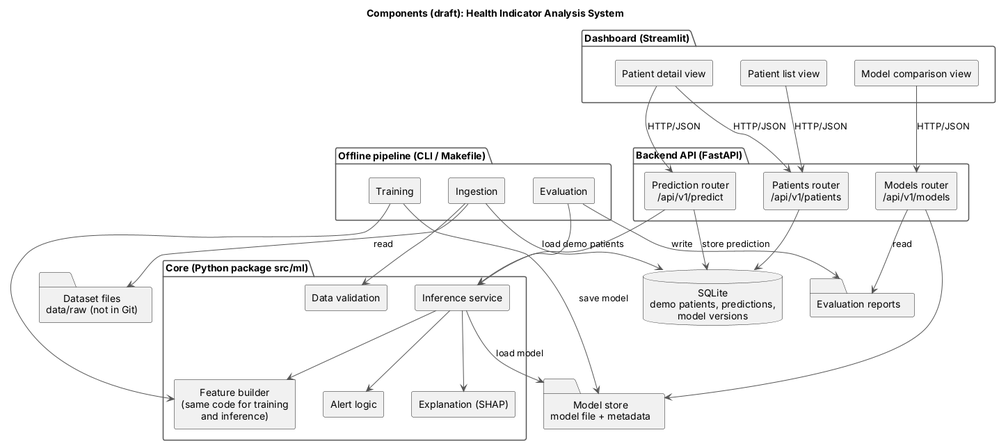
MarioAman07/health-indicator-analysis-system keeps this PlantUML diagram as diagrams/export/component.png. Above is the earlier version.
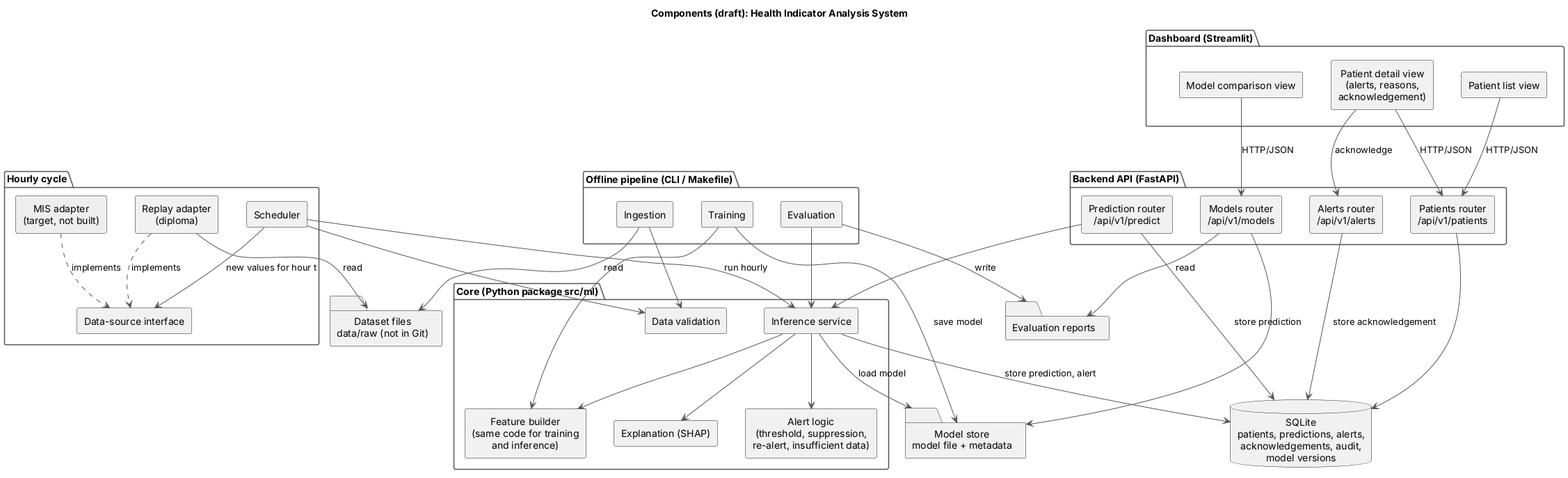
Above is the later version.

What changed in the source:
```diff
@@ -13,14 +13,22 @@
 
 package "Dashboard (Streamlit)" as UI {
   [Patient list view] as V1
-  [Patient detail view] as V2
+  [Patient detail view\n(alerts, reasons,\nacknowledgement)] as V2
   [Model comparison view] as V3
 }
 
 package "Backend API (FastAPI)" as API {
   [Patients router\n/api/v1/patients] as R1
   [Prediction router\n/api/v1/predict] as R2
+  [Alerts router\n/api/v1/alerts] as R4
   [Models router\n/api/v1/models] as R3
+}
+
+package "Hourly cycle" as RUN {
+  [Scheduler] as SCH
+  [Data-source interface] as DSI
+  [Replay adapter\n(diploma)] as RA
+  [MIS adapter\n(target, not built)] as MA #EEEEEE
 }
 
 package "Offline pipeline (CLI / Makefile)" as OFF {
@@ -33,25 +41,34 @@
   [Data validation] as VAL
   [Feature builder\n(same code for training\nand inference)] as FB
   [Inference service] as INF
-  [Alert logic] as AL
+  [Alert logic\n(threshold, suppression,\nre-alert, insufficient data)] as AL
   [Explanation (SHAP)] as EXP
 }
 
-database "SQLite\ndemo patients, predictions,\nmodel versions" as DB
+database "SQLite\npatients, predictions, alerts,\nacknowledgements, audit,\nmodel versions" as DB
 folder "Model store\nmodel file + metadata" as MS
 folder "Dataset files\ndata/raw (not in Git)" as DS
 folder "Evaluation reports" as REP
 
 V1 --> R1 : HTTP/JSON
 V2 --> R1 : HTTP/JSON
-V2 --> R2 : HTTP/JSON
+V2 --> R4 : acknowledge
 V3 --> R3 : HTTP/JSON
 
 R1 --> DB
 R2 --> INF
 R2 --> DB : store prediction
+R4 --> DB : store acknowledgement
 R3 --> MS
 R3 --> REP : read
+
+SCH --> DSI : new values for hour t
+RA ..> DSI : implements
+MA ..> DSI : implements
+RA --> DS : read
+SCH --> VAL
+SCH --> INF : run hourly
+INF --> DB : store prediction, alert
 
 INF --> FB
 INF --> AL
@@ -60,7 +77,6 @@
 
 ING --> VAL
 ING --> DS : read
-ING --> DB : load demo patients
 TR --> FB
 TR --> MS : save model
 EV --> INF
```
